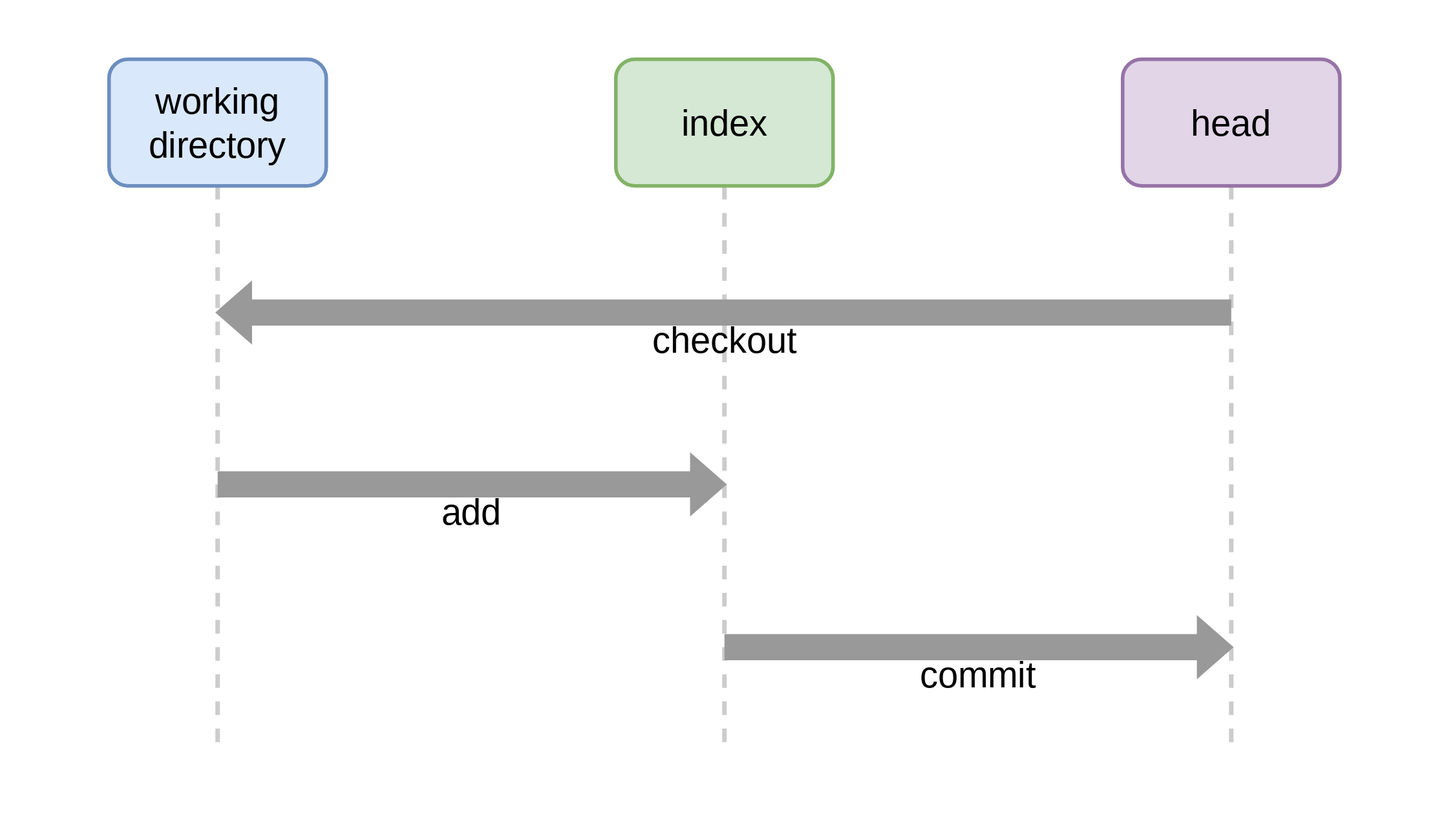
tvannoy/intro-to-git keeps this draw.io diagram as public/git-three-trees-annotated-full.svg. Above is the earlier version. Source tidied: cells renumbered, new cells last; positions are measured from the earlier drawing's top-left corner, leaving out a move shared by most shapes.
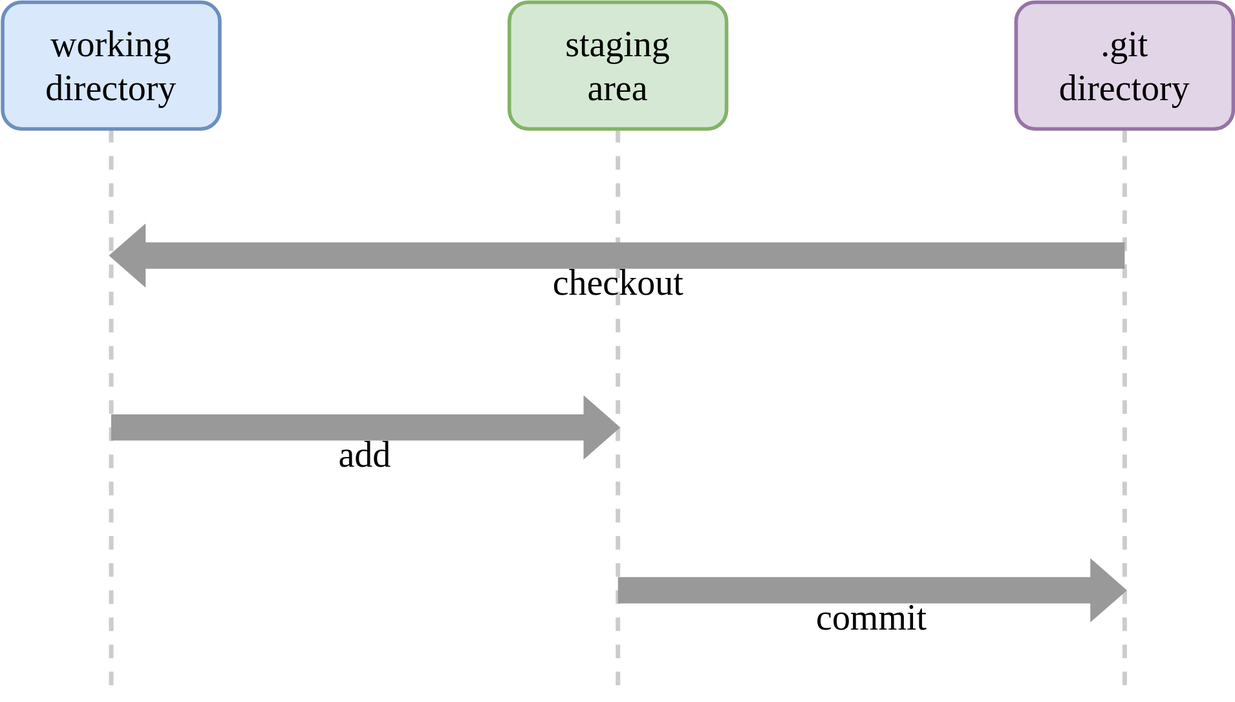
The same file after the commit.

Commit message:
update "three tree" names to be more clear

Change to the diagram source:
```diff
@@ -15,7 +15,7 @@
         <mxPoint x="680" y="760" as="targetPoint" />
       </mxGeometry>
     </mxCell>
-    <mxCell id="5" value="&lt;font face=&quot;Source Sans Pro&quot; style=&quot;font-size: 40px;&quot;&gt;index&lt;/font&gt;" style="rounded=1;whiteSpace=wrap;html=1;fillColor=#d5e8d4;strokeColor=#82b366;strokeWidth=4;fontSize=40;" parent="1" vertex="1">
+    <mxCell id="5" value="&lt;font face=&quot;Source Sans Pro&quot; style=&quot;font-size: 40px;&quot;&gt;staging&lt;br&gt;area&lt;br&gt;&lt;/font&gt;" style="rounded=1;whiteSpace=wrap;html=1;fillColor=#d5e8d4;strokeColor=#82b366;strokeWidth=4;fontSize=40;" parent="1" vertex="1">
       <mxGeometry x="560" width="240" height="140" as="geometry" />
     </mxCell>
     <mxCell id="6" style="edgeStyle=orthogonalEdgeStyle;rounded=0;jettySize=auto;html=1;exitX=0.5;exitY=1;exitDx=0;exitDy=0;dashed=1;labelBackgroundColor=none;strokeColor=#CCCCCC;strokeWidth=5;fontFamily=Source Sans Pro;fontSource=https%3A%2F%2Ffonts.googleapis.com%2Fcss%3Ffamily%3DSource%2BSans%2BPro;fontSize=40;startArrow=none;startFill=0;endArrow=none;endFill=0;fillColor=#999999;" parent="1" edge="1" source="7">
@@ -23,7 +23,7 @@
         <mxPoint x="1240" y="770" as="targetPoint" />
       </mxGeometry>
     </mxCell>
-    <mxCell id="7" value="&lt;font face=&quot;Source Sans Pro&quot; style=&quot;font-size: 40px;&quot;&gt;head&lt;/font&gt;" style="rounded=1;whiteSpace=wrap;html=1;fillColor=#e1d5e7;strokeColor=#9673a6;strokeWidth=4;fontSize=40;" parent="1" vertex="1">
+    <mxCell id="7" value="&lt;font face=&quot;Source Sans Pro&quot; style=&quot;font-size: 40px;&quot;&gt;.git&lt;br&gt;directory&lt;br&gt;&lt;/font&gt;" style="rounded=1;whiteSpace=wrap;html=1;fillColor=#e1d5e7;strokeColor=#9673a6;strokeWidth=4;fontSize=40;" parent="1" vertex="1">
       <mxGeometry x="1120" width="240" height="140" as="geometry" />
     </mxCell>
     <mxCell id="8" value="checkout" style="shape=flexArrow;endArrow=classic;html=1;rounded=0;fontFamily=Source Sans Pro;fontSource=https%3A%2F%2Ffonts.googleapis.com%2Fcss%3Ffamily%3DSource%2BSans%2BPro;fontSize=40;strokeWidth=10;fillColor=#999999;strokeColor=#999999;labelBackgroundColor=none;spacingTop=60;" parent="1" edge="1">
```
